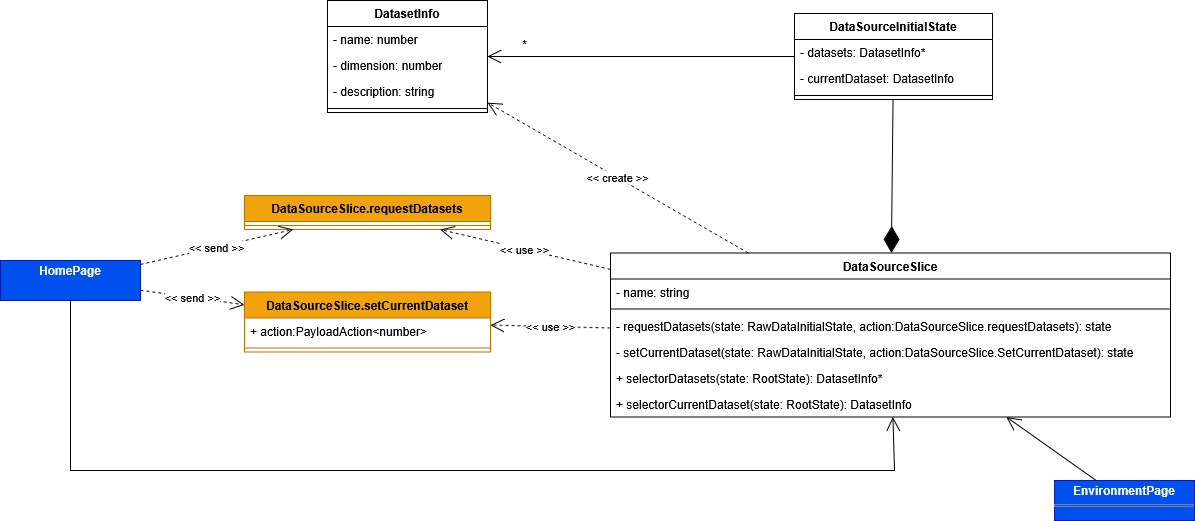
The draw.io diagram Docs/PB/Generali Esterni/specifica_tecnica/template/images/uml_front/logic/datasourceslice.png in 6BitBusters/6BitBusters.github.io, before a commit. Source tidied: cells renumbered, new cells last; positions are measured from the earlier drawing's top-left corner, leaving out a move shared by most shapes.
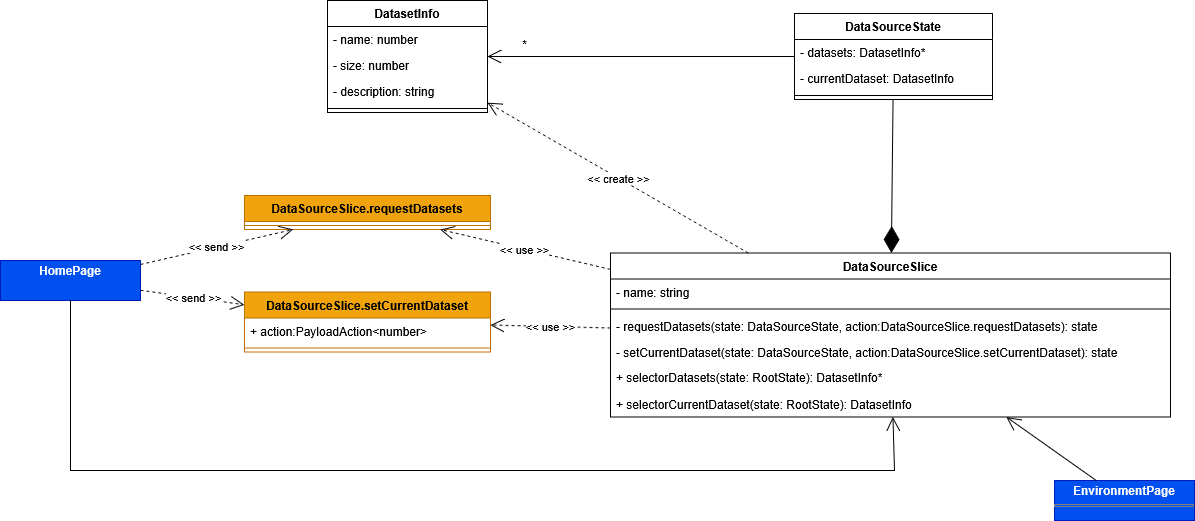
After the commit.

What changed in the source:
```diff
@@ -11,10 +11,10 @@
     <mxCell id="4" style="line;strokeWidth=1;fillColor=none;align=left;verticalAlign=middle;spacingTop=-1;spacingLeft=3;spacingRight=3;labelPosition=right;strokeColor=inherit;" parent="2" vertex="1">
       <mxGeometry y="52" width="560" height="8" as="geometry" />
     </mxCell>
-    <mxCell id="5" value="- requestDatasets(state: RawDataInitialState, action:DataSourceSlice.requestDatasets): state" style="text;strokeColor=none;fillColor=none;align=left;verticalAlign=top;spacingLeft=4;spacingRight=4;overflow=hidden;whiteSpace=wrap;html=1;" parent="2" vertex="1">
+    <mxCell id="5" value="- requestDatasets(state:&amp;nbsp;DataSourceState, action:DataSourceSlice.requestDatasets): state" style="text;strokeColor=none;fillColor=none;align=left;verticalAlign=top;spacingLeft=4;spacingRight=4;overflow=hidden;whiteSpace=wrap;html=1;" parent="2" vertex="1">
       <mxGeometry y="60" width="560" height="26" as="geometry" />
     </mxCell>
-    <mxCell id="6" value="- setCurrentDataset(state: RawDataInitialState, action:DataSourceSlice.SetCurrentDataset): state" style="text;strokeColor=none;fillColor=none;align=left;verticalAlign=top;spacingLeft=4;spacingRight=4;overflow=hidden;whiteSpace=wrap;html=1;" parent="2" vertex="1">
+    <mxCell id="6" value="- setCurrentDataset(state:&amp;nbsp;DataSourceState, action:DataSourceSlice.setCurrentDataset): state" style="text;strokeColor=none;fillColor=none;align=left;verticalAlign=top;spacingLeft=4;spacingRight=4;overflow=hidden;whiteSpace=wrap;html=1;" parent="2" vertex="1">
       <mxGeometry y="86" width="560" height="26" as="geometry" />
     </mxCell>
     <mxCell id="7" value="+ selectorDatasets(state: RootState):&amp;nbsp;DatasetInfo*" style="text;strokeColor=none;fillColor=none;align=left;verticalAlign=top;spacingLeft=4;spacingRight=4;overflow=hidden;whiteSpace=wrap;html=1;" parent="2" vertex="1">
@@ -29,7 +29,7 @@
     <mxCell id="10" value="- name: number" style="text;strokeColor=none;fillColor=none;align=left;verticalAlign=top;spacingLeft=4;spacingRight=4;overflow=hidden;whiteSpace=wrap;html=1;" parent="9" vertex="1">
       <mxGeometry y="26" width="160" height="26" as="geometry" />
     </mxCell>
-    <mxCell id="11" value="- dimension: number" style="text;strokeColor=none;fillColor=none;align=left;verticalAlign=top;spacingLeft=4;spacingRight=4;overflow=hidden;whiteSpace=wrap;html=1;" parent="9" vertex="1">
+    <mxCell id="11" value="- size: number" style="text;strokeColor=none;fillColor=none;align=left;verticalAlign=top;spacingLeft=4;spacingRight=4;overflow=hidden;whiteSpace=wrap;html=1;" parent="9" vertex="1">
       <mxGeometry y="52" width="160" height="26" as="geometry" />
     </mxCell>
     <mxCell id="12" value="- description: string" style="text;strokeColor=none;fillColor=none;align=left;verticalAlign=top;spacingLeft=4;spacingRight=4;overflow=hidden;whiteSpace=wrap;html=1;" parent="9" vertex="1">
@@ -41,7 +41,7 @@
     <mxCell id="14" value="&amp;lt;&amp;lt; create &amp;gt;&amp;gt;" style="endArrow=open;endSize=12;dashed=1;html=1;rounded=0;" parent="1" edge="1" source="2" target="9">
       <mxGeometry relative="1" as="geometry" />
     </mxCell>
-    <mxCell id="15" value="DataSourceInitialState" style="swimlane;fontStyle=1;align=center;verticalAlign=top;horizontal=1;startSize=26;whiteSpace=wrap;html=1;" parent="1" vertex="1">
+    <mxCell id="15" value="DataSourceState" style="swimlane;fontStyle=1;align=center;verticalAlign=top;horizontal=1;startSize=26;whiteSpace=wrap;html=1;" parent="1" vertex="1">
       <mxGeometry x="794" y="13" width="198" height="86" as="geometry" />
     </mxCell>
     <mxCell id="16" value="- datasets: DatasetInfo*" style="text;strokeColor=none;fillColor=none;align=left;verticalAlign=top;spacingLeft=4;spacingRight=4;overflow=hidden;whiteSpace=wrap;html=1;" parent="15" vertex="1">
```
